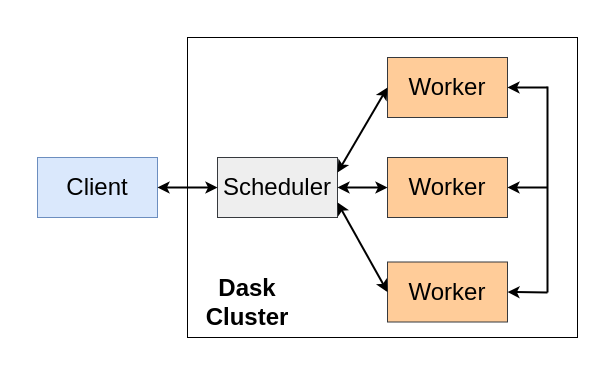
Earlier version of the draw.io diagram drawio/ch-dask/dask-distributed.drawio (godaai/scale-py-zh). Source tidied: cells renumbered, new cells numbered last; positions are measured from the earlier drawing's top-left corner, leaving out a move shared by most shapes. Both pictures are drawn from the tidied source at 100%, with x=0, y=0 at pixel (37, 37).
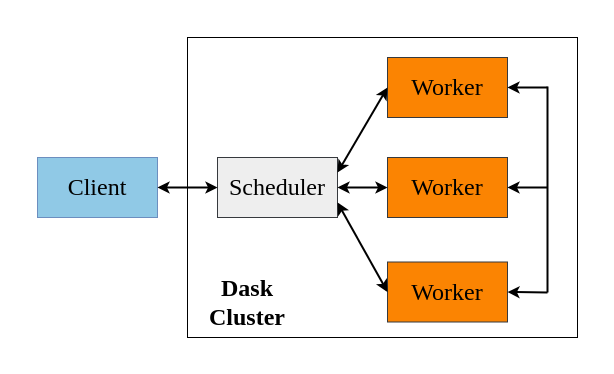
The same page after the edit.

Diff of the diagram source:
```diff
@@
+    <mxCell id="17" style="rounded=0;whiteSpace=wrap;html=1;strokeColor=none;fillColor=none;" parent="1" vertex="1">
+      <mxGeometry x="-20" y="-20" width="580" height="340" as="geometry" />
+    </mxCell>
-    <mxCell id="2" style="rounded=0;whiteSpace=wrap;html=1;fontFamily=Helvetica;fontSize=24;fillColor=none;" parent="1" vertex="1">
+    <mxCell id="2" style="rounded=0;whiteSpace=wrap;html=1;fontFamily=Times New Roman;fontSize=24;fillColor=none;" parent="1" vertex="1">
       <mxGeometry x="150" width="390" height="300" as="geometry" />
     </mxCell>
-    <mxCell id="3" value="&lt;font style=&quot;font-size: 24px;&quot;&gt;Client&lt;/font&gt;" style="rounded=0;whiteSpace=wrap;html=1;fillColor=#dae8fc;strokeColor=#6c8ebf;" parent="1" vertex="1">
+    <mxCell id="3" value="&lt;font style=&quot;font-size: 24px;&quot;&gt;Client&lt;/font&gt;" style="rounded=0;whiteSpace=wrap;html=1;fillColor=#90C9E6;strokeColor=#6c8ebf;fontFamily=Times New Roman;" parent="1" vertex="1">
       <mxGeometry y="120" width="120" height="60" as="geometry" />
     </mxCell>
-    <mxCell id="4" value="Scheduler" style="rounded=0;whiteSpace=wrap;html=1;fontSize=24;fillColor=#eeeeee;strokeColor=#36393d;" parent="1" vertex="1">
+    <mxCell id="4" value="Scheduler" style="rounded=0;whiteSpace=wrap;html=1;fontSize=24;fillColor=#eeeeee;strokeColor=#36393d;fontFamily=Times New Roman;" parent="1" vertex="1">
       <mxGeometry x="180" y="120" width="120" height="60" as="geometry" />
     </mxCell>
-    <mxCell id="5" value="Worker" style="rounded=0;whiteSpace=wrap;html=1;fontSize=24;fillColor=#ffcc99;strokeColor=#36393d;" parent="1" vertex="1">
+    <mxCell id="5" value="Worker" style="rounded=0;whiteSpace=wrap;html=1;fontSize=24;fillColor=#FB8402;strokeColor=#36393d;fontFamily=Times New Roman;" parent="1" vertex="1">
       <mxGeometry x="350" y="20" width="120" height="60" as="geometry" />
     </mxCell>
-    <mxCell id="6" value="Worker" style="rounded=0;whiteSpace=wrap;html=1;fontSize=24;fillColor=#ffcc99;strokeColor=#36393d;" parent="1" vertex="1">
+    <mxCell id="6" value="Worker" style="rounded=0;whiteSpace=wrap;html=1;fontSize=24;fillColor=#FB8402;strokeColor=#36393d;fontFamily=Times New Roman;" parent="1" vertex="1">
       <mxGeometry x="350" y="120" width="120" height="60" as="geometry" />
     </mxCell>
-    <mxCell id="7" value="Worker" style="rounded=0;whiteSpace=wrap;html=1;fontSize=24;fillColor=#ffcc99;strokeColor=#36393d;" parent="1" vertex="1">
+    <mxCell id="7" value="Worker" style="rounded=0;whiteSpace=wrap;html=1;fontSize=24;fillColor=#FB8402;strokeColor=#36393d;fontFamily=Times New Roman;" parent="1" vertex="1">
       <mxGeometry x="350" y="224.5" width="120" height="60" as="geometry" />
     </mxCell>
-    <mxCell id="8" value="&lt;b&gt;Dask Cluster&lt;/b&gt;" style="text;html=1;strokeColor=none;fillColor=none;align=center;verticalAlign=middle;whiteSpace=wrap;rounded=0;fontFamily=Helvetica;fontSize=24;" parent="1" vertex="1">
+    <mxCell id="8" value="&lt;b&gt;Dask Cluster&lt;/b&gt;" style="text;html=1;strokeColor=none;fillColor=none;align=center;verticalAlign=middle;whiteSpace=wrap;rounded=0;fontFamily=Times New Roman;fontSize=24;" parent="1" vertex="1">
       <mxGeometry x="160" y="240" width="100" height="50" as="geometry" />
     </mxCell>
-    <mxCell id="9" style="endArrow=classic;startArrow=classic;html=1;rounded=0;fontFamily=Helvetica;fontSize=24;exitX=1;exitY=0.25;exitDx=0;exitDy=0;entryX=0;entryY=0.5;entryDx=0;entryDy=0;strokeWidth=2;" parent="1" edge="1" source="4" target="5">
+    <mxCell id="9" style="endArrow=classic;startArrow=classic;html=1;rounded=0;fontFamily=Times New Roman;fontSize=24;exitX=1;exitY=0.25;exitDx=0;exitDy=0;entryX=0;entryY=0.5;entryDx=0;entryDy=0;strokeWidth=2;" parent="1" edge="1" source="4" target="5">
       <mxGeometry relative="1" as="geometry" />
     </mxCell>
-    <mxCell id="10" style="endArrow=classic;startArrow=classic;html=1;rounded=0;fontFamily=Helvetica;fontSize=24;exitX=1;exitY=0.5;exitDx=0;exitDy=0;entryX=0;entryY=0.5;entryDx=0;entryDy=0;strokeWidth=2;" parent="1" edge="1" source="4" target="6">
+    <mxCell id="10" style="endArrow=classic;startArrow=classic;html=1;rounded=0;fontFamily=Times New Roman;fontSize=24;exitX=1;exitY=0.5;exitDx=0;exitDy=0;entryX=0;entryY=0.5;entryDx=0;entryDy=0;strokeWidth=2;" parent="1" edge="1" source="4" target="6">
       <mxGeometry relative="1" as="geometry" />
     </mxCell>
-    <mxCell id="11" style="endArrow=classic;startArrow=classic;html=1;rounded=0;fontFamily=Helvetica;fontSize=24;exitX=1;exitY=0.75;exitDx=0;exitDy=0;entryX=0;entryY=0.5;entryDx=0;entryDy=0;strokeWidth=2;" parent="1" edge="1" source="4" target="7">
+    <mxCell id="11" style="endArrow=classic;startArrow=classic;html=1;rounded=0;fontFamily=Times New Roman;fontSize=24;exitX=1;exitY=0.75;exitDx=0;exitDy=0;entryX=0;entryY=0.5;entryDx=0;entryDy=0;strokeWidth=2;" parent="1" edge="1" source="4" target="7">
       <mxGeometry relative="1" as="geometry" />
     </mxCell>
-    <mxCell id="12" style="endArrow=classic;startArrow=classic;html=1;rounded=0;fontFamily=Helvetica;fontSize=24;entryX=0;entryY=0.5;entryDx=0;entryDy=0;exitX=1;exitY=0.5;exitDx=0;exitDy=0;strokeWidth=2;" parent="1" edge="1" source="3" target="4">
+    <mxCell id="12" style="endArrow=classic;startArrow=classic;html=1;rounded=0;fontFamily=Times New Roman;fontSize=24;entryX=0;entryY=0.5;entryDx=0;entryDy=0;exitX=1;exitY=0.5;exitDx=0;exitDy=0;strokeWidth=2;" parent="1" edge="1" source="3" target="4">
       <mxGeometry relative="1" as="geometry" />
     </mxCell>
-    <mxCell id="13" style="endArrow=none;html=1;rounded=0;strokeWidth=2;fontFamily=Helvetica;fontSize=18;" parent="1" edge="1">
+    <mxCell id="13" style="endArrow=none;html=1;rounded=0;strokeWidth=2;fontFamily=Times New Roman;fontSize=18;" parent="1" edge="1">
       <mxGeometry relative="1" as="geometry">
         <mxPoint x="510" y="255" as="sourcePoint" />
         <mxPoint x="510" y="49" as="targetPoint" />
       </mxGeometry>
     </mxCell>
-    <mxCell id="14" style="endArrow=classic;html=1;rounded=0;strokeWidth=2;fontFamily=Helvetica;fontSize=18;entryX=1;entryY=0.5;entryDx=0;entryDy=0;" parent="1" edge="1" target="5">
+    <mxCell id="14" style="endArrow=classic;html=1;rounded=0;strokeWidth=2;fontFamily=Times New Roman;fontSize=18;entryX=1;entryY=0.5;entryDx=0;entryDy=0;" parent="1" edge="1" target="5">
       <mxGeometry relative="1" as="geometry">
         <mxPoint x="510" y="50" as="sourcePoint" />
       </mxGeometry>
     </mxCell>
-    <mxCell id="15" style="endArrow=classic;html=1;rounded=0;strokeWidth=2;fontFamily=Helvetica;fontSize=18;entryX=1;entryY=0.5;entryDx=0;entryDy=0;" parent="1" edge="1" target="6">
+    <mxCell id="15" style="endArrow=classic;html=1;rounded=0;strokeWidth=2;fontFamily=Times New Roman;fontSize=18;entryX=1;entryY=0.5;entryDx=0;entryDy=0;" parent="1" edge="1" target="6">
       <mxGeometry relative="1" as="geometry">
         <mxPoint x="510" y="150" as="sourcePoint" />
       </mxGeometry>
     </mxCell>
-    <mxCell id="16" style="endArrow=classic;html=1;rounded=0;strokeWidth=2;fontFamily=Helvetica;fontSize=18;entryX=1;entryY=0.5;entryDx=0;entryDy=0;" parent="1" edge="1" target="7">
+    <mxCell id="16" style="endArrow=classic;html=1;rounded=0;strokeWidth=2;fontFamily=Times New Roman;fontSize=18;entryX=1;entryY=0.5;entryDx=0;entryDy=0;" parent="1" edge="1" target="7">
       <mxGeometry relative="1" as="geometry">
         <mxPoint x="510" y="255" as="sourcePoint" />
       </mxGeometry>
     </mxCell>
```
